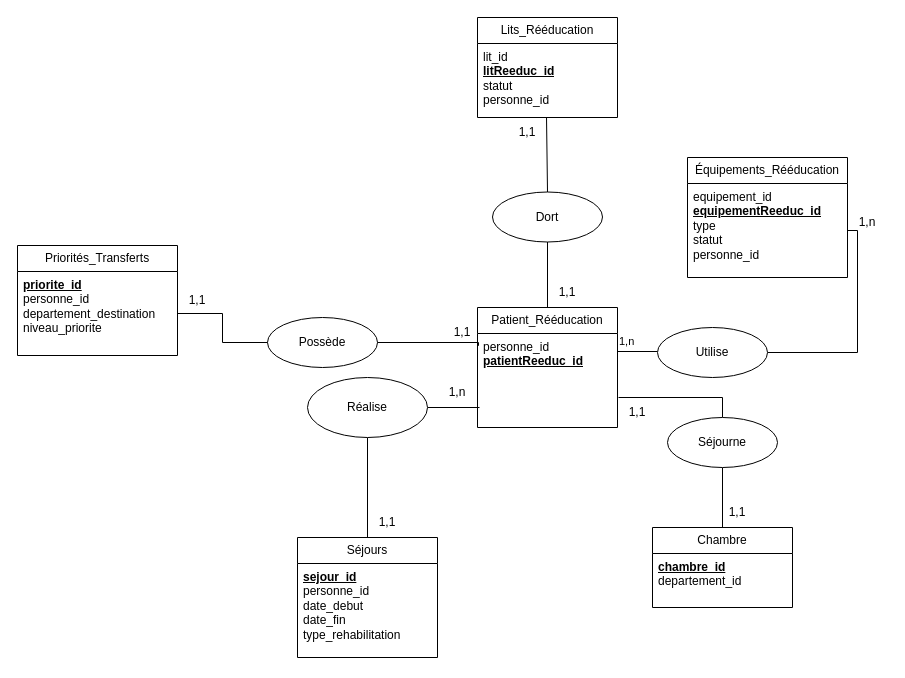
The draw.io diagram BdD Réhabilitation (MCD).drawio in Zafirr-cyber/Projet_interdisciplinaire, before the edit. Source tidied: cells renumbered, new cells numbered last; positions are measured from the earlier drawing's top-left corner, leaving out a move shared by most shapes. Both pictures are drawn from the tidied source at 100%, with x=0, y=0 at pixel (17, 17).
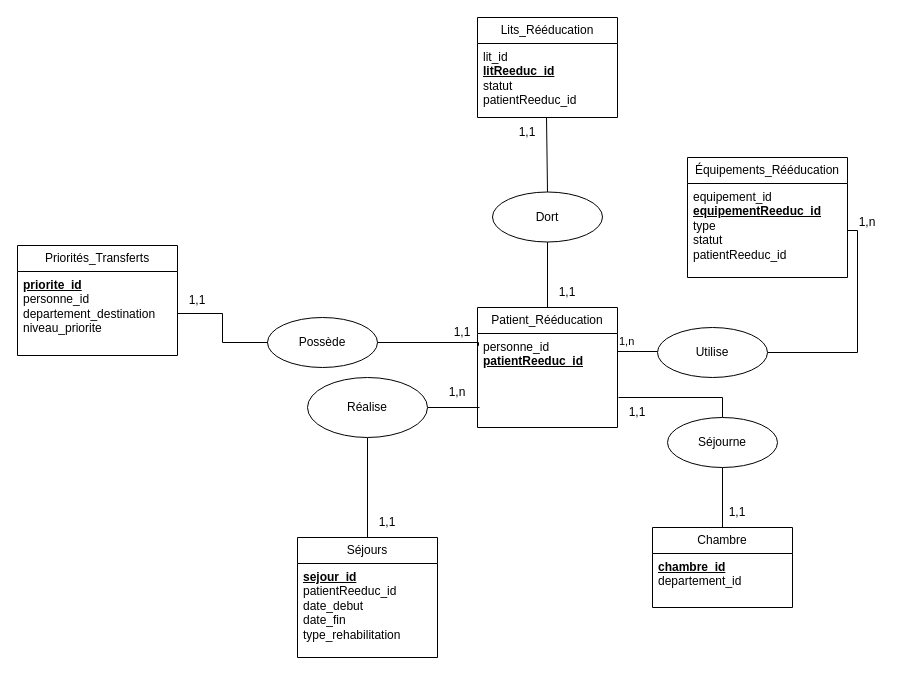
After the change.

Commit message (it also covers changes not shown here):
[diagram](schema) add and update files - bdD Réhabilitation (MLD & MCD)

The change refers to these unchanged cells:
```xml
<mxCell id="6" value="Lits_Rééducation" style="swimlane;fontStyle=0;horizontal=1;startSize=26;fillColor=none;whiteSpace=wrap;html=1;" parent="1" vertex="1">
  <mxGeometry x="460" width="140" height="100" as="geometry" />
</mxCell>
<mxCell id="8" value="Séjours" style="swimlane;fontStyle=0;horizontal=1;startSize=26;fillColor=none;whiteSpace=wrap;html=1;" parent="1" vertex="1">
  <mxGeometry x="280" y="520" width="140" height="120" as="geometry" />
</mxCell>
<mxCell id="10" value="Équipements_Rééducation" style="swimlane;fontStyle=0;horizontal=1;startSize=26;fillColor=none;whiteSpace=wrap;html=1;" parent="1" vertex="1">
  <mxGeometry x="670" y="140" width="160" height="120" as="geometry" />
</mxCell>
```

Change to the diagram source:
```diff
@@
-    <mxCell id="7" value="&lt;div&gt;lit_id&lt;br&gt;&lt;/div&gt;&lt;div&gt;&lt;b&gt;&lt;u&gt;litReeduc_id&lt;/u&gt;&lt;/b&gt;&lt;br&gt;&lt;/div&gt;&lt;div&gt;statut&lt;/div&gt;&lt;div&gt;personne_id&lt;br&gt;&lt;/div&gt;&lt;div&gt;&lt;br&gt;&lt;/div&gt;" style="text;strokeColor=none;fillColor=none;align=left;verticalAlign=top;spacingLeft=4;spacingRight=4;overflow=hidden;points=[[0,0.5],[1,0.5]];portConstraint=eastwest;whiteSpace=wrap;html=1;" parent="6" vertex="1">
+    <mxCell id="7" value="&lt;div&gt;lit_id&lt;br&gt;&lt;/div&gt;&lt;div&gt;&lt;b&gt;&lt;u&gt;litReeduc_id&lt;/u&gt;&lt;/b&gt;&lt;br&gt;&lt;/div&gt;&lt;div&gt;statut&lt;/div&gt;&lt;div&gt;patientReeduc_id&lt;br&gt;&lt;/div&gt;" style="text;strokeColor=none;fillColor=none;align=left;verticalAlign=top;spacingLeft=4;spacingRight=4;overflow=hidden;points=[[0,0.5],[1,0.5]];portConstraint=eastwest;whiteSpace=wrap;html=1;" parent="6" vertex="1">
       <mxGeometry y="26" width="140" height="74" as="geometry" />
     </mxCell>
@@
-    <mxCell id="9" value="&lt;div&gt;&lt;b&gt;&lt;u&gt;sejour_id&lt;/u&gt;&lt;/b&gt;&lt;/div&gt;&lt;div&gt;personne_id&lt;/div&gt;&lt;div&gt;date_debut&lt;/div&gt;&lt;div&gt;date_fin&lt;/div&gt;&lt;div&gt;type_rehabilitation&lt;br&gt;&lt;/div&gt;" style="text;strokeColor=none;fillColor=none;align=left;verticalAlign=top;spacingLeft=4;spacingRight=4;overflow=hidden;whiteSpace=wrap;html=1;" parent="8" vertex="1">
+    <mxCell id="9" value="&lt;div&gt;&lt;b&gt;&lt;u&gt;sejour_id&lt;/u&gt;&lt;/b&gt;&lt;/div&gt;&lt;div&gt;patientReeduc_id&lt;br&gt;&lt;/div&gt;&lt;div&gt;date_debut&lt;/div&gt;&lt;div&gt;date_fin&lt;/div&gt;&lt;div&gt;type_rehabilitation&lt;br&gt;&lt;/div&gt;" style="text;strokeColor=none;fillColor=none;align=left;verticalAlign=top;spacingLeft=4;spacingRight=4;overflow=hidden;whiteSpace=wrap;html=1;" parent="8" vertex="1">
       <mxGeometry y="26" width="140" height="94" as="geometry" />
     </mxCell>
@@
-    <mxCell id="11" value="&lt;div&gt;equipement_id&lt;/div&gt;&lt;div&gt;&lt;b&gt;&lt;u&gt;equipementReeduc_id&lt;/u&gt;&lt;/b&gt;&lt;br&gt;&lt;/div&gt;&lt;div&gt;type&lt;/div&gt;&lt;div&gt;statut&lt;/div&gt;&lt;div&gt;personne_id&lt;br&gt;&lt;/div&gt;" style="text;strokeColor=none;fillColor=none;align=left;verticalAlign=top;spacingLeft=4;spacingRight=4;overflow=hidden;points=[[0,0.5],[1,0.5]];portConstraint=eastwest;whiteSpace=wrap;html=1;" parent="10" vertex="1">
+    <mxCell id="11" value="&lt;div&gt;equipement_id&lt;/div&gt;&lt;div&gt;&lt;b&gt;&lt;u&gt;equipementReeduc_id&lt;/u&gt;&lt;/b&gt;&lt;br&gt;&lt;/div&gt;&lt;div&gt;type&lt;/div&gt;&lt;div&gt;statut&lt;/div&gt;&lt;div&gt;patientReeduc_id&lt;br&gt;&lt;/div&gt;" style="text;strokeColor=none;fillColor=none;align=left;verticalAlign=top;spacingLeft=4;spacingRight=4;overflow=hidden;points=[[0,0.5],[1,0.5]];portConstraint=eastwest;whiteSpace=wrap;html=1;" parent="10" vertex="1">
       <mxGeometry y="26" width="160" height="94" as="geometry" />
     </mxCell>
```
